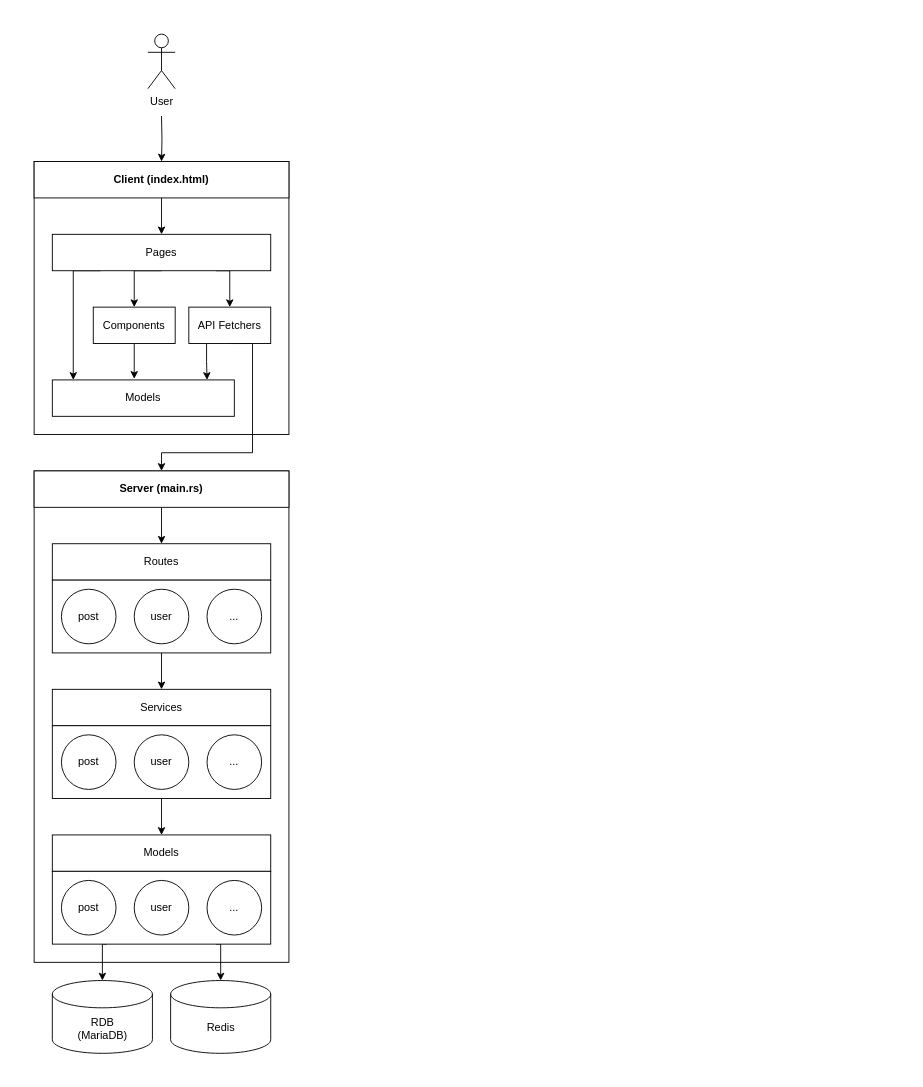
Earlier version of the draw.io diagram page "main" (1 of 6) of docs/diagrams/diagrams.drawio (parksb/darim). Source tidied: cells renumbered, new cells numbered last; positions are measured from the earlier drawing's top-left corner, leaving out a move shared by most shapes. Both pictures are drawn from the tidied source at 91%, with x=0, y=0 at pixel (15, 15).
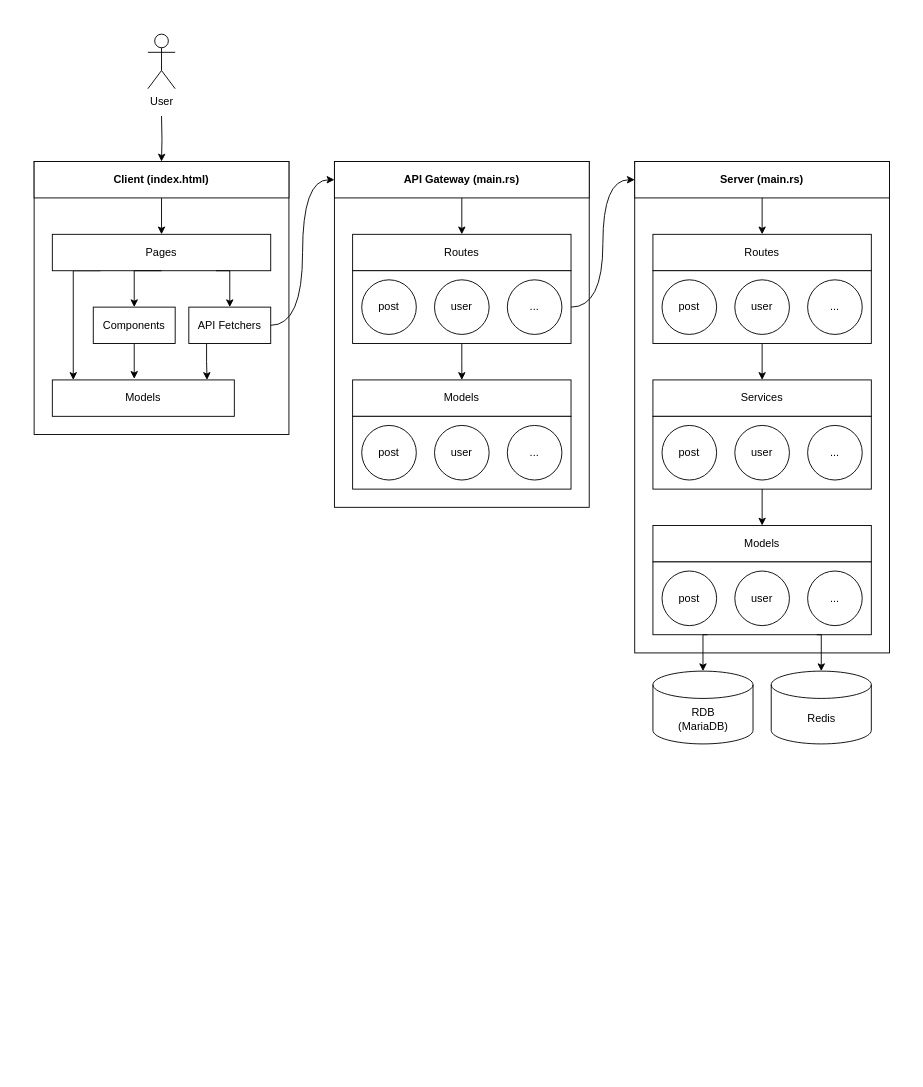
After the change.

Change to the diagram source:
```diff
@@
-    <mxCell id="2" style="rounded=0;whiteSpace=wrap;html=1;strokeColor=#FFFFFF;fillColor=#FFFFFF;" parent="1" vertex="1">
-      <mxGeometry width="320" height="1160" as="geometry" />
-    </mxCell>
-    <mxCell id="3" style="rounded=0;whiteSpace=wrap;html=1;strokeColor=#000000;fillColor=#FFFFFF;" parent="1" vertex="1">
-      <mxGeometry x="20" y="500" width="280" height="540" as="geometry" />
-    </mxCell>
+    <mxCell id="44" style="rounded=0;whiteSpace=wrap;html=1;strokeColor=none;" parent="1" vertex="1">
+      <mxGeometry width="980" height="820" as="geometry" />
+    </mxCell>
+    <mxCell id="42" style="edgeStyle=orthogonalEdgeStyle;rounded=0;jettySize=auto;html=1;entryX=0.5;entryY=0;entryDx=0;entryDy=0;" parent="1" edge="1" target="10">
+      <mxGeometry relative="1" as="geometry">
+        <mxPoint x="160" y="110" as="sourcePoint" />
+      </mxGeometry>
+    </mxCell>
+    <mxCell id="43" value="User" style="shape=umlActor;verticalLabelPosition=bottom;verticalAlign=top;html=1;" parent="1" vertex="1">
+      <mxGeometry x="145" y="20" width="30" height="60" as="geometry" />
+    </mxCell>
+    <mxCell id="45" style="group;" parent="1" vertex="1">
+      <mxGeometry x="20" y="160" width="280" height="300" as="geometry" />
+    </mxCell>
-    <mxCell id="4" style="rounded=0;whiteSpace=wrap;html=1;strokeColor=#000000;fillColor=#FFFFFF;" parent="1" vertex="1">
-      <mxGeometry x="20" y="160" width="280" height="300" as="geometry" />
+    <mxCell id="4" style="rounded=0;whiteSpace=wrap;html=1;strokeColor=#000000;fillColor=#FFFFFF;" parent="45" vertex="1">
+      <mxGeometry width="280" height="300" as="geometry" />
     </mxCell>
-    <mxCell id="5" style="edgeStyle=orthogonalEdgeStyle;rounded=0;jettySize=auto;html=1;exitX=0.75;exitY=1;exitDx=0;exitDy=0;entryX=0.5;entryY=0;entryDx=0;entryDy=0;" parent="1" edge="1" source="8" target="40">
-      <mxGeometry relative="1" as="geometry">
-        <Array as="points">
-          <mxPoint x="235" y="280" />
-        </Array>
-      </mxGeometry>
-    </mxCell>
-    <mxCell id="6" style="edgeStyle=orthogonalEdgeStyle;rounded=0;jettySize=auto;html=1;exitX=0.5;exitY=1;exitDx=0;exitDy=0;entryX=0.5;entryY=0;entryDx=0;entryDy=0;" parent="1" edge="1" source="8" target="37">
-      <mxGeometry relative="1" as="geometry">
-        <Array as="points">
-          <mxPoint x="130" y="280" />
-        </Array>
-      </mxGeometry>
-    </mxCell>
-    <mxCell id="7" style="edgeStyle=orthogonalEdgeStyle;rounded=0;orthogonalLoop=1;jettySize=auto;html=1;exitX=0.25;exitY=1;exitDx=0;exitDy=0;" parent="1" edge="1">
+    <mxCell id="7" style="edgeStyle=orthogonalEdgeStyle;rounded=0;orthogonalLoop=1;jettySize=auto;html=1;exitX=0.25;exitY=1;exitDx=0;exitDy=0;" parent="45" edge="1">
       <mxGeometry relative="1" as="geometry">
-        <mxPoint x="93" y="280" as="sourcePoint" />
-        <mxPoint x="63" y="400" as="targetPoint" />
+        <mxPoint x="73" y="120" as="sourcePoint" />
+        <mxPoint x="43" y="240" as="targetPoint" />
         <Array as="points">
-          <mxPoint x="63" y="280" />
-          <mxPoint x="63" y="400" />
+          <mxPoint x="43" y="120" />
+          <mxPoint x="43" y="240" />
         </Array>
       </mxGeometry>
     </mxCell>
-    <mxCell id="8" value="Pages&lt;br&gt;" style="rounded=0;whiteSpace=wrap;html=1;" parent="1" vertex="1">
-      <mxGeometry x="40" y="240" width="240" height="40" as="geometry" />
+    <mxCell id="8" value="Pages&lt;br&gt;" style="rounded=0;whiteSpace=wrap;html=1;" parent="45" vertex="1">
+      <mxGeometry x="20" y="80" width="240" height="40" as="geometry" />
     </mxCell>
-    <mxCell id="9" style="edgeStyle=orthogonalEdgeStyle;rounded=0;jettySize=auto;html=1;exitX=0.5;exitY=1;exitDx=0;exitDy=0;entryX=0.5;entryY=0;entryDx=0;entryDy=0;" parent="1" edge="1" source="10" target="8">
+    <mxCell id="9" style="edgeStyle=orthogonalEdgeStyle;rounded=0;jettySize=auto;html=1;exitX=0.5;exitY=1;exitDx=0;exitDy=0;entryX=0.5;entryY=0;entryDx=0;entryDy=0;" parent="45" edge="1" source="10" target="8">
       <mxGeometry relative="1" as="geometry" />
     </mxCell>
-    <mxCell id="10" value="&lt;b&gt;Client (index.html)&lt;/b&gt;" style="rounded=0;whiteSpace=wrap;html=1;" parent="1" vertex="1">
-      <mxGeometry x="20" y="160" width="280" height="40" as="geometry" />
+    <mxCell id="10" value="&lt;b&gt;Client (index.html)&lt;/b&gt;" style="rounded=0;whiteSpace=wrap;html=1;" parent="45" vertex="1">
+      <mxGeometry width="280" height="40" as="geometry" />
     </mxCell>
-    <mxCell id="11" style="edgeStyle=orthogonalEdgeStyle;rounded=0;jettySize=auto;html=1;" parent="1" edge="1" source="12" target="13">
-      <mxGeometry relative="1" as="geometry" />
-    </mxCell>
+    <mxCell id="37" value="Components" style="rounded=0;whiteSpace=wrap;html=1;" parent="45" vertex="1">
+      <mxGeometry x="65" y="160" width="90" height="40" as="geometry" />
+    </mxCell>
+    <mxCell id="6" style="edgeStyle=orthogonalEdgeStyle;rounded=0;jettySize=auto;html=1;exitX=0.5;exitY=1;exitDx=0;exitDy=0;entryX=0.5;entryY=0;entryDx=0;entryDy=0;" parent="45" edge="1" source="8" target="37">
+      <mxGeometry relative="1" as="geometry">
+        <Array as="points">
+          <mxPoint x="110" y="120" />
+        </Array>
+      </mxGeometry>
+    </mxCell>
+    <mxCell id="39" style="edgeStyle=orthogonalEdgeStyle;rounded=0;orthogonalLoop=1;jettySize=auto;html=1;exitX=0.25;exitY=1;exitDx=0;exitDy=0;" parent="45" edge="1">
+      <mxGeometry relative="1" as="geometry">
+        <mxPoint x="189.5" y="200" as="sourcePoint" />
+        <mxPoint x="190" y="240" as="targetPoint" />
+        <Array as="points">
+          <mxPoint x="189" y="220" />
+          <mxPoint x="190" y="220" />
+        </Array>
+      </mxGeometry>
+    </mxCell>
+    <mxCell id="40" value="API Fetchers" style="rounded=0;whiteSpace=wrap;html=1;" parent="45" vertex="1">
+      <mxGeometry x="170" y="160" width="90" height="40" as="geometry" />
+    </mxCell>
+    <mxCell id="5" style="edgeStyle=orthogonalEdgeStyle;rounded=0;jettySize=auto;html=1;exitX=0.75;exitY=1;exitDx=0;exitDy=0;entryX=0.5;entryY=0;entryDx=0;entryDy=0;" parent="45" edge="1" source="8" target="40">
+      <mxGeometry relative="1" as="geometry">
+        <Array as="points">
+          <mxPoint x="215" y="120" />
+        </Array>
+      </mxGeometry>
+    </mxCell>
+    <mxCell id="41" value="Models" style="rounded=0;whiteSpace=wrap;html=1;" parent="45" vertex="1">
+      <mxGeometry x="20" y="240" width="200" height="40" as="geometry" />
+    </mxCell>
+    <mxCell id="36" style="edgeStyle=orthogonalEdgeStyle;rounded=0;jettySize=auto;html=1;exitX=0.5;exitY=1;exitDx=0;exitDy=0;entryX=0.45;entryY=-0.03;entryDx=0;entryDy=0;entryPerimeter=0;" parent="45" edge="1" source="37" target="41">
+      <mxGeometry relative="1" as="geometry" />
+    </mxCell>
+    <mxCell id="46" style="group;" parent="1" vertex="1">
+      <mxGeometry x="680" y="160" width="280" height="640" as="geometry" />
+    </mxCell>
+    <mxCell id="47" style="group;" parent="46" vertex="1">
+      <mxGeometry width="280" height="640" as="geometry" />
+    </mxCell>
+    <mxCell id="3" style="rounded=0;whiteSpace=wrap;html=1;strokeColor=#000000;fillColor=#FFFFFF;" parent="47" vertex="1">
+      <mxGeometry width="280" height="540" as="geometry" />
+    </mxCell>
-    <mxCell id="12" value="&lt;b&gt;Server (main.rs)&lt;/b&gt;" style="rounded=0;whiteSpace=wrap;html=1;" parent="1" vertex="1">
-      <mxGeometry x="20" y="500" width="280" height="40" as="geometry" />
+    <mxCell id="12" value="&lt;b&gt;Server (main.rs)&lt;/b&gt;" style="rounded=0;whiteSpace=wrap;html=1;" parent="47" vertex="1">
+      <mxGeometry width="280" height="40" as="geometry" />
     </mxCell>
-    <mxCell id="13" value="Routes" style="rounded=0;whiteSpace=wrap;html=1;" parent="1" vertex="1">
-      <mxGeometry x="40" y="580" width="240" height="40" as="geometry" />
+    <mxCell id="13" value="Routes" style="rounded=0;whiteSpace=wrap;html=1;" parent="47" vertex="1">
+      <mxGeometry x="20" y="80" width="240" height="40" as="geometry" />
     </mxCell>
-    <mxCell id="14" style="edgeStyle=orthogonalEdgeStyle;rounded=0;jettySize=auto;html=1;exitX=0.5;exitY=1;exitDx=0;exitDy=0;entryX=0.5;entryY=0;entryDx=0;entryDy=0;" parent="1" edge="1" source="15" target="19">
-      <mxGeometry relative="1" as="geometry" />
-    </mxCell>
+    <mxCell id="11" style="edgeStyle=orthogonalEdgeStyle;rounded=0;jettySize=auto;html=1;" parent="47" edge="1" source="12" target="13">
+      <mxGeometry relative="1" as="geometry" />
+    </mxCell>
-    <mxCell id="15" style="rounded=0;whiteSpace=wrap;html=1;" parent="1" vertex="1">
-      <mxGeometry x="40" y="620" width="240" height="80" as="geometry" />
+    <mxCell id="15" style="rounded=0;whiteSpace=wrap;html=1;" parent="47" vertex="1">
+      <mxGeometry x="20" y="120" width="240" height="80" as="geometry" />
     </mxCell>
-    <mxCell id="16" value="post" style="ellipse;whiteSpace=wrap;html=1;" parent="1" vertex="1">
-      <mxGeometry x="50" y="630" width="60" height="60" as="geometry" />
+    <mxCell id="16" value="post" style="ellipse;whiteSpace=wrap;html=1;" parent="47" vertex="1">
+      <mxGeometry x="30" y="130" width="60" height="60" as="geometry" />
     </mxCell>
-    <mxCell id="17" value="user" style="ellipse;whiteSpace=wrap;html=1;" parent="1" vertex="1">
-      <mxGeometry x="130" y="630" width="60" height="60" as="geometry" />
+    <mxCell id="17" value="user" style="ellipse;whiteSpace=wrap;html=1;" parent="47" vertex="1">
+      <mxGeometry x="110" y="130" width="60" height="60" as="geometry" />
     </mxCell>
-    <mxCell id="18" value="..." style="ellipse;whiteSpace=wrap;html=1;" parent="1" vertex="1">
-      <mxGeometry x="210" y="630" width="60" height="60" as="geometry" />
+    <mxCell id="18" value="..." style="ellipse;whiteSpace=wrap;html=1;" parent="47" vertex="1">
+      <mxGeometry x="190" y="130" width="60" height="60" as="geometry" />
     </mxCell>
-    <mxCell id="19" value="Services" style="rounded=0;whiteSpace=wrap;html=1;" parent="1" vertex="1">
-      <mxGeometry x="40" y="740" width="240" height="40" as="geometry" />
+    <mxCell id="19" value="Services" style="rounded=0;whiteSpace=wrap;html=1;" parent="47" vertex="1">
+      <mxGeometry x="20" y="240" width="240" height="40" as="geometry" />
     </mxCell>
-    <mxCell id="20" style="edgeStyle=orthogonalEdgeStyle;rounded=0;jettySize=auto;html=1;exitX=0.5;exitY=1;exitDx=0;exitDy=0;entryX=0.5;entryY=0;entryDx=0;entryDy=0;" parent="1" edge="1" source="21" target="25">
-      <mxGeometry relative="1" as="geometry" />
-    </mxCell>
+    <mxCell id="14" style="edgeStyle=orthogonalEdgeStyle;rounded=0;jettySize=auto;html=1;exitX=0.5;exitY=1;exitDx=0;exitDy=0;entryX=0.5;entryY=0;entryDx=0;entryDy=0;" parent="47" edge="1" source="15" target="19">
+      <mxGeometry relative="1" as="geometry" />
+    </mxCell>
-    <mxCell id="21" style="rounded=0;whiteSpace=wrap;html=1;" parent="1" vertex="1">
-      <mxGeometry x="40" y="780" width="240" height="80" as="geometry" />
+    <mxCell id="21" style="rounded=0;whiteSpace=wrap;html=1;" parent="47" vertex="1">
+      <mxGeometry x="20" y="280" width="240" height="80" as="geometry" />
     </mxCell>
-    <mxCell id="22" value="post" style="ellipse;whiteSpace=wrap;html=1;" parent="1" vertex="1">
-      <mxGeometry x="50" y="790" width="60" height="60" as="geometry" />
+    <mxCell id="22" value="post" style="ellipse;whiteSpace=wrap;html=1;" parent="47" vertex="1">
+      <mxGeometry x="30" y="290" width="60" height="60" as="geometry" />
     </mxCell>
-    <mxCell id="23" value="user" style="ellipse;whiteSpace=wrap;html=1;" parent="1" vertex="1">
-      <mxGeometry x="130" y="790" width="60" height="60" as="geometry" />
+    <mxCell id="23" value="user" style="ellipse;whiteSpace=wrap;html=1;" parent="47" vertex="1">
+      <mxGeometry x="110" y="290" width="60" height="60" as="geometry" />
     </mxCell>
-    <mxCell id="24" value="..." style="ellipse;whiteSpace=wrap;html=1;" parent="1" vertex="1">
-      <mxGeometry x="210" y="790" width="60" height="60" as="geometry" />
+    <mxCell id="24" value="..." style="ellipse;whiteSpace=wrap;html=1;" parent="47" vertex="1">
+      <mxGeometry x="190" y="290" width="60" height="60" as="geometry" />
     </mxCell>
-    <mxCell id="25" value="Models" style="rounded=0;whiteSpace=wrap;html=1;" parent="1" vertex="1">
-      <mxGeometry x="40" y="900" width="240" height="40" as="geometry" />
+    <mxCell id="25" value="Models" style="rounded=0;whiteSpace=wrap;html=1;" parent="47" vertex="1">
+      <mxGeometry x="20" y="400" width="240" height="40" as="geometry" />
     </mxCell>
-    <mxCell id="26" style="edgeStyle=orthogonalEdgeStyle;rounded=0;jettySize=auto;html=1;exitX=0.25;exitY=1;exitDx=0;exitDy=0;" parent="1" edge="1" source="28" target="32">
-      <mxGeometry relative="1" as="geometry">
-        <Array as="points">
-          <mxPoint x="95" y="1020" />
-        </Array>
-      </mxGeometry>
-    </mxCell>
-    <mxCell id="27" style="edgeStyle=orthogonalEdgeStyle;rounded=0;jettySize=auto;html=1;exitX=0.75;exitY=1;exitDx=0;exitDy=0;" parent="1" edge="1" source="28" target="33">
-      <mxGeometry relative="1" as="geometry">
-        <Array as="points">
-          <mxPoint x="225" y="1020" />
-        </Array>
-      </mxGeometry>
-    </mxCell>
+    <mxCell id="20" style="edgeStyle=orthogonalEdgeStyle;rounded=0;jettySize=auto;html=1;exitX=0.5;exitY=1;exitDx=0;exitDy=0;entryX=0.5;entryY=0;entryDx=0;entryDy=0;" parent="47" edge="1" source="21" target="25">
+      <mxGeometry relative="1" as="geometry" />
+    </mxCell>
-    <mxCell id="28" style="rounded=0;whiteSpace=wrap;html=1;" parent="1" vertex="1">
-      <mxGeometry x="40" y="940" width="240" height="80" as="geometry" />
+    <mxCell id="28" style="rounded=0;whiteSpace=wrap;html=1;" parent="47" vertex="1">
+      <mxGeometry x="20" y="440" width="240" height="80" as="geometry" />
     </mxCell>
-    <mxCell id="29" value="post" style="ellipse;whiteSpace=wrap;html=1;" parent="1" vertex="1">
-      <mxGeometry x="50" y="950" width="60" height="60" as="geometry" />
+    <mxCell id="29" value="post" style="ellipse;whiteSpace=wrap;html=1;" parent="47" vertex="1">
+      <mxGeometry x="30" y="450" width="60" height="60" as="geometry" />
     </mxCell>
-    <mxCell id="30" value="user" style="ellipse;whiteSpace=wrap;html=1;" parent="1" vertex="1">
-      <mxGeometry x="130" y="950" width="60" height="60" as="geometry" />
+    <mxCell id="30" value="user" style="ellipse;whiteSpace=wrap;html=1;" parent="47" vertex="1">
+      <mxGeometry x="110" y="450" width="60" height="60" as="geometry" />
     </mxCell>
-    <mxCell id="31" value="..." style="ellipse;whiteSpace=wrap;html=1;" parent="1" vertex="1">
-      <mxGeometry x="210" y="950" width="60" height="60" as="geometry" />
+    <mxCell id="31" value="..." style="ellipse;whiteSpace=wrap;html=1;" parent="47" vertex="1">
+      <mxGeometry x="190" y="450" width="60" height="60" as="geometry" />
     </mxCell>
-    <mxCell id="32" style="shape=cylinder2;whiteSpace=wrap;html=1;boundedLbl=1;backgroundOutline=1;size=15;" parent="1" vertex="1">
-      <mxGeometry x="40" y="1060" width="110" height="80" as="geometry" />
+    <mxCell id="32" style="shape=cylinder2;whiteSpace=wrap;html=1;boundedLbl=1;backgroundOutline=1;size=15;" parent="47" vertex="1">
+      <mxGeometry x="20" y="560" width="110" height="80" as="geometry" />
     </mxCell>
+    <mxCell id="26" style="edgeStyle=orthogonalEdgeStyle;rounded=0;jettySize=auto;html=1;exitX=0.25;exitY=1;exitDx=0;exitDy=0;" parent="47" edge="1" source="28" target="32">
+      <mxGeometry relative="1" as="geometry">
+        <Array as="points">
+          <mxPoint x="75" y="520" />
+        </Array>
+      </mxGeometry>
+    </mxCell>
-    <mxCell id="33" style="shape=cylinder2;whiteSpace=wrap;html=1;boundedLbl=1;backgroundOutline=1;size=15;" parent="1" vertex="1">
-      <mxGeometry x="170" y="1060" width="110" height="80" as="geometry" />
+    <mxCell id="33" style="shape=cylinder2;whiteSpace=wrap;html=1;boundedLbl=1;backgroundOutline=1;size=15;" parent="47" vertex="1">
+      <mxGeometry x="150" y="560" width="110" height="80" as="geometry" />
     </mxCell>
+    <mxCell id="27" style="edgeStyle=orthogonalEdgeStyle;rounded=0;jettySize=auto;html=1;exitX=0.75;exitY=1;exitDx=0;exitDy=0;" parent="47" edge="1" source="28" target="33">
+      <mxGeometry relative="1" as="geometry">
+        <Array as="points">
+          <mxPoint x="205" y="520" />
+        </Array>
+      </mxGeometry>
+    </mxCell>
-    <mxCell id="34" value="RDB (MariaDB)" style="text;html=1;strokeColor=none;fillColor=none;align=center;verticalAlign=middle;whiteSpace=wrap;rounded=0;" parent="1" vertex="1">
-      <mxGeometry x="62.5" y="1098" width="65" height="30" as="geometry" />
+    <mxCell id="34" value="RDB (MariaDB)" style="text;html=1;strokeColor=none;fillColor=none;align=center;verticalAlign=middle;whiteSpace=wrap;rounded=0;" parent="47" vertex="1">
+      <mxGeometry x="42.5" y="598" width="65" height="30" as="geometry" />
     </mxCell>
-    <mxCell id="35" value="Redis" style="text;html=1;strokeColor=none;fillColor=none;align=center;verticalAlign=middle;whiteSpace=wrap;rounded=0;" parent="1" vertex="1">
-      <mxGeometry x="192.5" y="1097" width="65" height="30" as="geometry" />
+    <mxCell id="35" value="Redis" style="text;html=1;strokeColor=none;fillColor=none;align=center;verticalAlign=middle;whiteSpace=wrap;rounded=0;" parent="47" vertex="1">
+      <mxGeometry x="172.5" y="597" width="65" height="30" as="geometry" />
     </mxCell>
-    <mxCell id="36" style="edgeStyle=orthogonalEdgeStyle;rounded=0;jettySize=auto;html=1;exitX=0.5;exitY=1;exitDx=0;exitDy=0;entryX=0.45;entryY=-0.03;entryDx=0;entryDy=0;entryPerimeter=0;" parent="1" edge="1" source="37" target="41">
-      <mxGeometry relative="1" as="geometry" />
-    </mxCell>
-    <mxCell id="37" value="Components" style="rounded=0;whiteSpace=wrap;html=1;" parent="1" vertex="1">
-      <mxGeometry x="85" y="320" width="90" height="40" as="geometry" />
-    </mxCell>
-    <mxCell id="38" style="edgeStyle=orthogonalEdgeStyle;rounded=0;jettySize=auto;html=1;exitX=0.5;exitY=1;exitDx=0;exitDy=0;" parent="1" edge="1" source="40">
-      <mxGeometry relative="1" as="geometry">
-        <mxPoint x="160" y="500" as="targetPoint" />
-        <Array as="points">
-          <mxPoint x="260" y="360" />
-          <mxPoint x="260" y="480" />
-          <mxPoint x="160" y="480" />
-          <mxPoint x="160" y="500" />
-        </Array>
-      </mxGeometry>
-    </mxCell>
-    <mxCell id="39" style="edgeStyle=orthogonalEdgeStyle;rounded=0;orthogonalLoop=1;jettySize=auto;html=1;exitX=0.25;exitY=1;exitDx=0;exitDy=0;" parent="1" edge="1">
-      <mxGeometry relative="1" as="geometry">
-        <mxPoint x="209.5" y="360" as="sourcePoint" />
-        <mxPoint x="210" y="400" as="targetPoint" />
-        <Array as="points">
-          <mxPoint x="209" y="380" />
-          <mxPoint x="210" y="380" />
-        </Array>
-      </mxGeometry>
-    </mxCell>
-    <mxCell id="40" value="API Fetchers" style="rounded=0;whiteSpace=wrap;html=1;" parent="1" vertex="1">
-      <mxGeometry x="190" y="320" width="90" height="40" as="geometry" />
-    </mxCell>
-    <mxCell id="41" value="Models" style="rounded=0;whiteSpace=wrap;html=1;" parent="1" vertex="1">
-      <mxGeometry x="40" y="400" width="200" height="40" as="geometry" />
-    </mxCell>
-    <mxCell id="42" style="edgeStyle=orthogonalEdgeStyle;rounded=0;jettySize=auto;html=1;entryX=0.5;entryY=0;entryDx=0;entryDy=0;" parent="1" edge="1" target="10">
-      <mxGeometry relative="1" as="geometry">
-        <mxPoint x="160" y="110" as="sourcePoint" />
-      </mxGeometry>
-    </mxCell>
-    <mxCell id="43" value="User" style="shape=umlActor;verticalLabelPosition=bottom;verticalAlign=top;html=1;" parent="1" vertex="1">
-      <mxGeometry x="145" y="20" width="30" height="60" as="geometry" />
-    </mxCell>
+    <mxCell id="48" style="group;" parent="1" vertex="1">
+      <mxGeometry x="350" y="160" width="280" height="380" as="geometry" />
+    </mxCell>
+    <mxCell id="49" style="rounded=0;whiteSpace=wrap;html=1;strokeColor=#000000;fillColor=#FFFFFF;" parent="48" vertex="1">
+      <mxGeometry width="280" height="380" as="geometry" />
+    </mxCell>
+    <mxCell id="50" value="&lt;b&gt;API Gateway (main.rs)&lt;/b&gt;" style="rounded=0;whiteSpace=wrap;html=1;" parent="48" vertex="1">
+      <mxGeometry width="280" height="40" as="geometry" />
+    </mxCell>
+    <mxCell id="51" value="Routes" style="rounded=0;whiteSpace=wrap;html=1;" parent="48" vertex="1">
+      <mxGeometry x="20" y="80" width="240" height="40" as="geometry" />
+    </mxCell>
+    <mxCell id="52" style="edgeStyle=orthogonalEdgeStyle;rounded=0;jettySize=auto;html=1;" parent="48" edge="1" source="50" target="51">
+      <mxGeometry relative="1" as="geometry" />
+    </mxCell>
+    <mxCell id="53" style="rounded=0;whiteSpace=wrap;html=1;" parent="48" vertex="1">
+      <mxGeometry x="20" y="120" width="240" height="80" as="geometry" />
+    </mxCell>
+    <mxCell id="54" value="post" style="ellipse;whiteSpace=wrap;html=1;" parent="48" vertex="1">
+      <mxGeometry x="30" y="130" width="60" height="60" as="geometry" />
+    </mxCell>
+    <mxCell id="55" value="user" style="ellipse;whiteSpace=wrap;html=1;" parent="48" vertex="1">
+      <mxGeometry x="110" y="130" width="60" height="60" as="geometry" />
+    </mxCell>
+    <mxCell id="56" value="..." style="ellipse;whiteSpace=wrap;html=1;" parent="48" vertex="1">
+      <mxGeometry x="190" y="130" width="60" height="60" as="geometry" />
+    </mxCell>
+    <mxCell id="57" style="edgeStyle=orthogonalEdgeStyle;rounded=0;jettySize=auto;html=1;exitX=0.5;exitY=1;exitDx=0;exitDy=0;entryX=0.5;entryY=0;entryDx=0;entryDy=0;" parent="48" edge="1" source="53">
+      <mxGeometry relative="1" as="geometry">
+        <mxPoint x="140" y="240" as="targetPoint" />
+      </mxGeometry>
+    </mxCell>
+    <mxCell id="58" value="Models" style="rounded=0;whiteSpace=wrap;html=1;" parent="48" vertex="1">
+      <mxGeometry x="20" y="240" width="240" height="40" as="geometry" />
+    </mxCell>
+    <mxCell id="59" style="rounded=0;whiteSpace=wrap;html=1;" parent="48" vertex="1">
+      <mxGeometry x="20" y="280" width="240" height="80" as="geometry" />
+    </mxCell>
+    <mxCell id="60" value="post" style="ellipse;whiteSpace=wrap;html=1;" parent="48" vertex="1">
+      <mxGeometry x="30" y="290" width="60" height="60" as="geometry" />
+    </mxCell>
+    <mxCell id="61" value="user" style="ellipse;whiteSpace=wrap;html=1;" parent="48" vertex="1">
+      <mxGeometry x="110" y="290" width="60" height="60" as="geometry" />
+    </mxCell>
+    <mxCell id="62" value="..." style="ellipse;whiteSpace=wrap;html=1;" parent="48" vertex="1">
+      <mxGeometry x="190" y="290" width="60" height="60" as="geometry" />
+    </mxCell>
+    <mxCell id="63" style="edgeStyle=orthogonalEdgeStyle;curved=1;rounded=0;jettySize=auto;html=1;exitX=1;exitY=0.5;exitDx=0;exitDy=0;entryX=0;entryY=0.5;entryDx=0;entryDy=0;" parent="1" edge="1" source="40" target="50">
+      <mxGeometry relative="1" as="geometry" />
+    </mxCell>
+    <mxCell id="64" style="rounded=0;jettySize=auto;html=1;exitX=1;exitY=0.5;exitDx=0;exitDy=0;entryX=0;entryY=0.5;entryDx=0;entryDy=0;edgeStyle=orthogonalEdgeStyle;curved=1;" parent="1" edge="1" source="53" target="12">
+      <mxGeometry relative="1" as="geometry" />
+    </mxCell>
```
